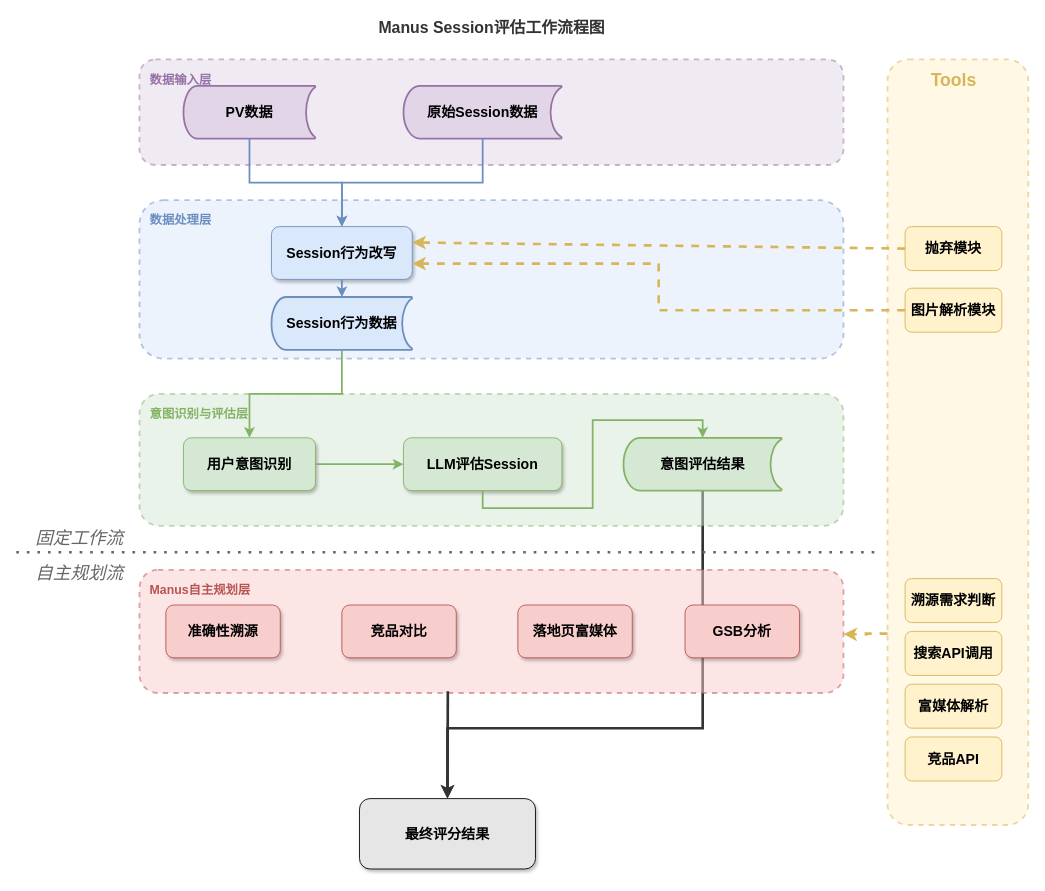
Earlier version of the draw.io diagram Manus_Session评估工作流程图_优化版.drawio (Iaiolk/EvalManus). Source tidied: cells renumbered, new cells numbered last; positions are measured from the earlier drawing's top-left corner, leaving out a move shared by most shapes. Both pictures are drawn from the tidied source at 88%, with x=0, y=0 at pixel (16, 15).
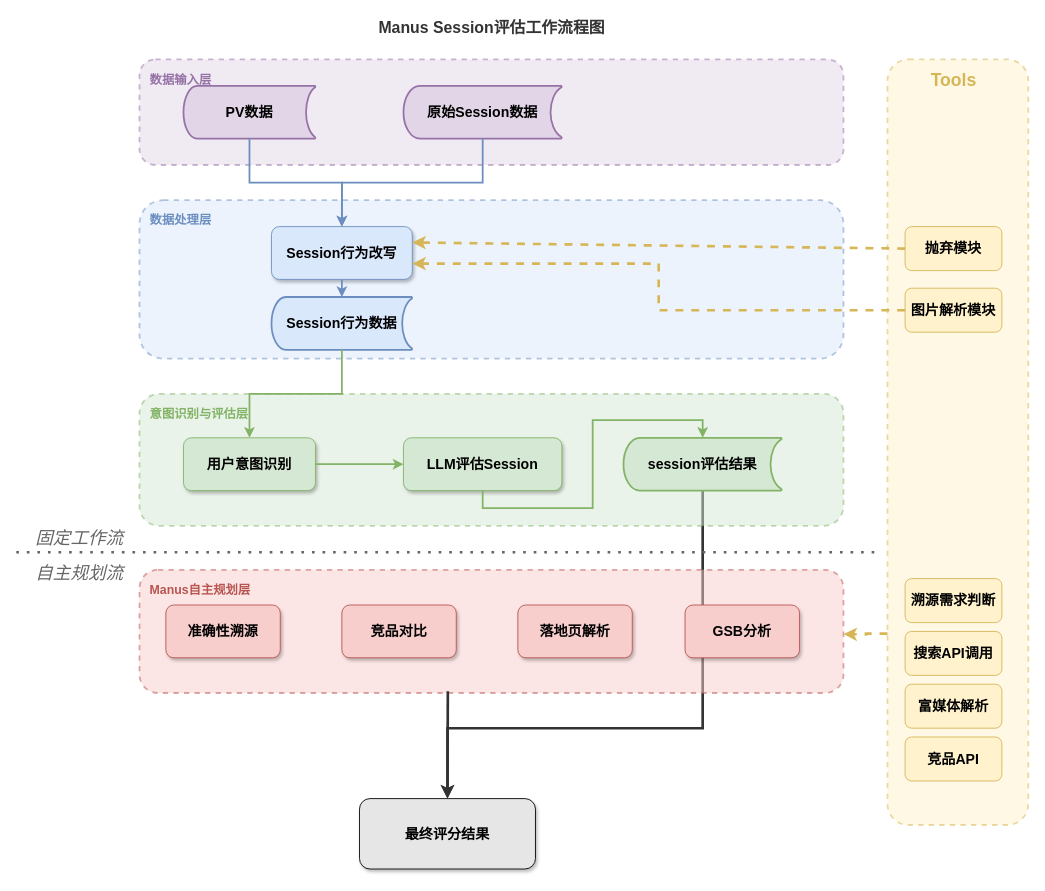
The same page after the edit.

Diff of the diagram source:
```diff
@@
-    <mxCell id="14" value="&lt;font style=&quot;font-size: 16px;&quot;&gt;意图评估结果&lt;/font&gt;" style="strokeWidth=2;html=1;shape=mxgraph.flowchart.stored_data;whiteSpace=wrap;fillColor=#d5e8d4;strokeColor=#82b366;fontSize=12;fontStyle=1;" parent="1" vertex="1">
+    <mxCell id="14" value="&lt;font style=&quot;font-size: 16px;&quot;&gt;session评估结果&lt;/font&gt;" style="strokeWidth=2;html=1;shape=mxgraph.flowchart.stored_data;whiteSpace=wrap;fillColor=#d5e8d4;strokeColor=#82b366;fontSize=12;fontStyle=1;" parent="1" vertex="1">
       <mxGeometry x="690" y="480" width="180" height="60" as="geometry" />
     </mxCell>
@@
-    <mxCell id="22" value="&lt;font style=&quot;font-size: 16px;&quot;&gt;落地页富媒体&lt;/font&gt;" style="rounded=1;whiteSpace=wrap;html=1;fillColor=#f8cecc;strokeColor=#b85450;fontSize=12;fontStyle=1;shadow=1;" parent="1" vertex="1">
+    <mxCell id="22" value="&lt;font style=&quot;font-size: 16px;&quot;&gt;落地页解析&lt;/font&gt;" style="rounded=1;whiteSpace=wrap;html=1;fillColor=#f8cecc;strokeColor=#b85450;fontSize=12;fontStyle=1;shadow=1;" parent="1" vertex="1">
       <mxGeometry x="570" y="670" width="130" height="60" as="geometry" />
     </mxCell>
```
